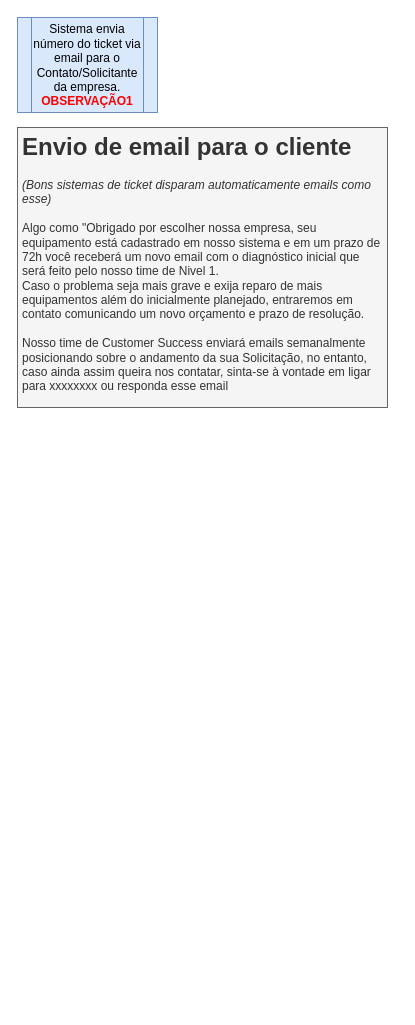
The draw.io diagram page "Observações" (2 of 2) of Antedimento genérico.drawio in santiagopironato/PowerBI-DataScience, before the edit. Source tidied: cells renumbered, new cells numbered last; positions are measured from the earlier drawing's top-left corner, leaving out a move shared by most shapes. Both pictures are drawn from the tidied source at 100%, with x=0, y=0 at pixel (17, 17).
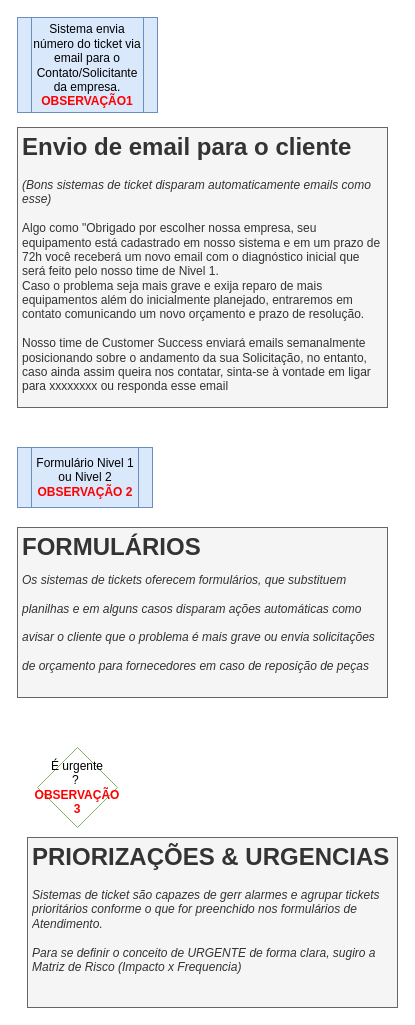
After the change.

What changed in the source:
```diff
@@
 <mxGraphModel>
   <root>
     <mxCell id="0" />
     <mxCell id="1" parent="0" />
     <mxCell id="2" value="Sistema envia número do ticket via email para o Contato/Solicitante&lt;br&gt;da empresa. &lt;b&gt;&lt;font color=&quot;#ff0000&quot;&gt;OBSERVAÇÃO1&lt;/font&gt;&lt;/b&gt;" style="shape=process;whiteSpace=wrap;html=1;backgroundOutline=1;fillColor=#dae8fc;strokeColor=#6c8ebf;" parent="1" vertex="1">
       <mxGeometry width="140" height="95" as="geometry" />
     </mxCell>
     <mxCell id="3" value="&lt;h1&gt;&lt;span&gt;Envio de email para o cliente&lt;/span&gt;&lt;br&gt;&lt;/h1&gt;&lt;div&gt;&lt;span&gt;&lt;i&gt;(Bons sistemas de ticket disparam automaticamente emails como esse)&lt;/i&gt;&lt;br&gt;&lt;br&gt;&lt;/span&gt;&lt;/div&gt;&lt;div&gt;Algo como &quot;Obrigado por escolher nossa empresa, seu equipamento está cadastrado em nosso sistema e em um prazo de 72h você receberá um novo email com o diagnóstico inicial que será feito pelo nosso time de Nivel 1.&lt;br&gt;Caso o problema seja mais grave e exija reparo de mais equipamentos além do inicialmente planejado, entraremos em contato comunicando um novo orçamento e prazo de resolução.&lt;br&gt;&lt;br&gt;Nosso time de Customer Success enviará emails semanalmente posicionando sobre o andamento da sua Solicitação, no entanto, caso ainda assim queira nos contatar, sinta-se à vontade em ligar para xxxxxxxx ou responda esse email&amp;nbsp;&lt;/div&gt;" style="text;html=1;spacing=5;spacingTop=-20;whiteSpace=wrap;overflow=hidden;rounded=0;fillColor=#f5f5f5;strokeColor=#666666;fontColor=#333333;" parent="1" vertex="1">
       <mxGeometry y="110" width="370" height="280" as="geometry" />
     </mxCell>
+    <mxCell id="4" value="Formulário Nivel 1 ou Nivel 2&lt;br&gt;&lt;font color=&quot;#ff0000&quot;&gt;&lt;b&gt;OBSERVAÇÃO 2&lt;/b&gt;&lt;/font&gt;" style="shape=process;whiteSpace=wrap;html=1;backgroundOutline=1;fillColor=#dae8fc;strokeColor=#6c8ebf;" parent="1" vertex="1">
+      <mxGeometry y="430" width="135" height="60" as="geometry" />
+    </mxCell>
+    <mxCell id="5" value="&lt;h1&gt;&lt;span&gt;FORMULÁRIOS&lt;br&gt;&lt;span style=&quot;font-size: 12px ; font-weight: 400&quot;&gt;&lt;i&gt;Os sistemas de tickets oferecem formulários, que substituem planilhas e em alguns casos disparam ações automáticas como avisar o cliente que o problema é mais grave ou envia solicitações de orçamento para fornecedores em caso de reposição de peças&lt;/i&gt;&lt;/span&gt;&lt;/span&gt;&lt;/h1&gt;" style="text;html=1;spacing=5;spacingTop=-20;whiteSpace=wrap;overflow=hidden;rounded=0;fillColor=#f5f5f5;strokeColor=#666666;fontColor=#333333;" parent="1" vertex="1">
+      <mxGeometry y="510" width="370" height="170" as="geometry" />
+    </mxCell>
+    <mxCell id="6" value="É urgente&lt;br&gt;?&amp;nbsp;&lt;br&gt;&lt;b&gt;&lt;font color=&quot;#ff0000&quot;&gt;OBSERVAÇÃO 3&lt;/font&gt;&lt;/b&gt;" style="rhombus;whiteSpace=wrap;html=1;strokeColor=#82B366;" parent="1" vertex="1">
+      <mxGeometry x="20" y="730" width="80" height="80" as="geometry" />
+    </mxCell>
+    <mxCell id="7" value="&lt;h1&gt;&lt;span&gt;PRIORIZAÇÕES &amp;amp; URGENCIAS&lt;/span&gt;&lt;/h1&gt;&lt;div&gt;&lt;span&gt;&lt;i&gt;Sistemas de ticket são capazes de gerr alarmes e agrupar tickets prioritários conforme o que for preenchido nos formulários de Atendimento.&amp;nbsp;&lt;br&gt;&lt;br&gt;Para se definir o conceito de URGENTE de forma clara, sugiro a Matriz de Risco (Impacto x Frequencia)&lt;/i&gt;&lt;/span&gt;&lt;/div&gt;" style="text;html=1;spacing=5;spacingTop=-20;whiteSpace=wrap;overflow=hidden;rounded=0;fillColor=#f5f5f5;strokeColor=#666666;fontColor=#333333;" parent="1" vertex="1">
+      <mxGeometry x="10" y="820" width="370" height="170" as="geometry" />
+    </mxCell>
   </root>
 </mxGraphModel>
```
